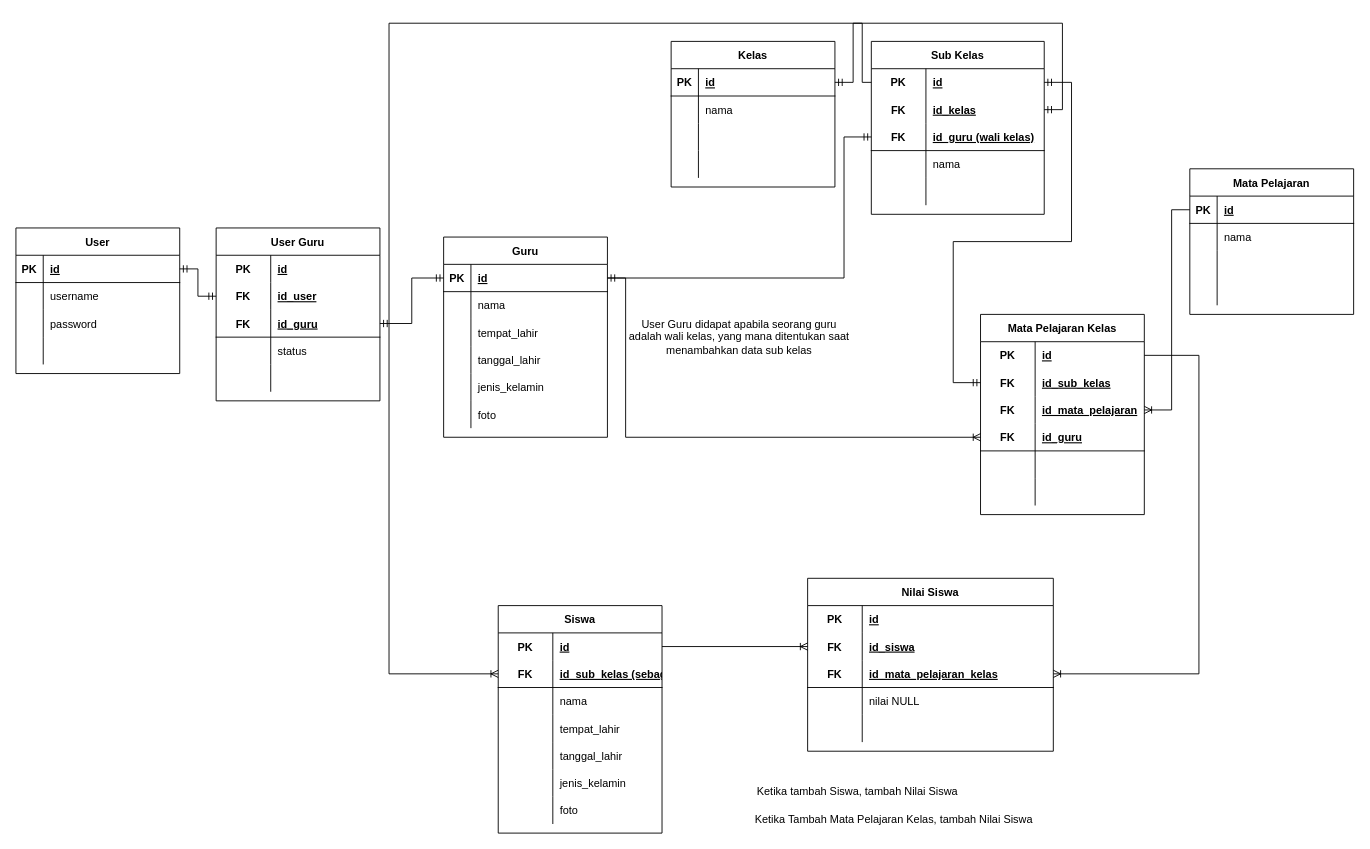
This is db/Database Schema.drawio from yafizh/e-rapot, a draw.io file, before an edit. Source tidied: cells renumbered, new cells numbered last; positions are measured from the earlier drawing's top-left corner, leaving out a move shared by most shapes. Both pictures are drawn from the tidied source at 91%, with x=0, y=0 at pixel (15, 23).
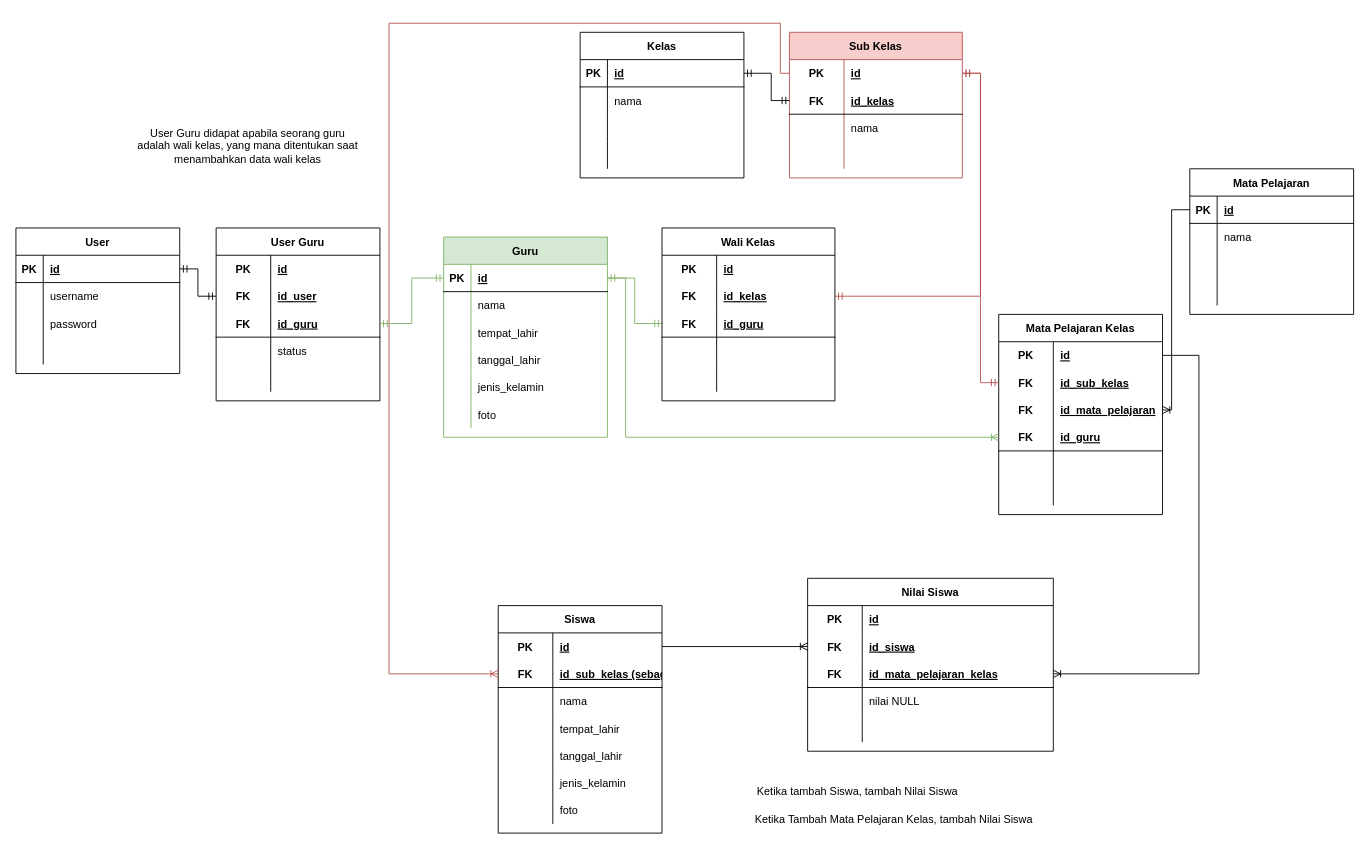
After the change.

Commit message (it also covers changes not shown here):
adding table wali kelas on database

Unchanged cells that the change refers to:
```xml
<mxCell id="16" style="shape=tableRow;horizontal=0;startSize=0;swimlaneHead=0;swimlaneBody=0;fillColor=none;points=[[0,0.5],[1,0.5]];portConstraint=eastwest;top=0;left=0;right=0;bottom=1;strokeColor=default;" parent="15" vertex="1">
  <mxGeometry y="30" width="180" height="30" as="geometry" />
</mxCell>
<mxCell id="51" style="shape=tableRow;horizontal=0;startSize=0;swimlaneHead=0;swimlaneBody=0;fillColor=none;points=[[0,0.5],[1,0.5]];portConstraint=eastwest;top=0;left=0;right=0;bottom=0;" parent="47" vertex="1">
  <mxGeometry y="60" width="180" height="30" as="geometry" />
</mxCell>
<mxCell id="57" style="shape=tableRow;horizontal=0;startSize=0;swimlaneHead=0;swimlaneBody=0;fillColor=none;points=[[0,0.5],[1,0.5]];portConstraint=eastwest;top=0;left=0;right=0;bottom=1;" parent="47" vertex="1">
  <mxGeometry y="120" width="180" height="30" as="geometry" />
</mxCell>
<mxCell id="68" style="shape=tableRow;horizontal=0;startSize=0;swimlaneHead=0;swimlaneBody=0;fillColor=none;points=[[0,0.5],[1,0.5]];portConstraint=eastwest;top=0;left=0;right=0;bottom=0;" parent="67" vertex="1">
  <mxGeometry y="30" width="190" height="30" as="geometry" />
</mxCell>
<mxCell id="85" style="shape=tableRow;horizontal=0;startSize=0;swimlaneHead=0;swimlaneBody=0;fillColor=none;points=[[0,0.5],[1,0.5]];portConstraint=eastwest;top=0;left=0;right=0;bottom=1;" parent="84" vertex="1">
  <mxGeometry y="30" width="180" height="30" as="geometry" />
</mxCell>
<mxCell id="120" style="shape=tableRow;horizontal=0;startSize=0;swimlaneHead=0;swimlaneBody=0;fillColor=none;points=[[0,0.5],[1,0.5]];portConstraint=eastwest;top=0;left=0;right=0;bottom=1;" parent="116" vertex="1">
  <mxGeometry y="60" width="180" height="30" as="geometry" />
</mxCell>
<mxCell id="151" style="shape=tableRow;horizontal=0;startSize=0;swimlaneHead=0;swimlaneBody=0;fillColor=none;points=[[0,0.5],[1,0.5]];portConstraint=eastwest;top=0;left=0;right=0;bottom=1;" parent="144" vertex="1">
  <mxGeometry y="90" width="180" height="30" as="geometry" />
</mxCell>
```

The edit, as a diff of the source:
```diff
@@
-    <mxCell id="15" value="Guru" style="shape=table;startSize=30;childLayout=tableLayout;rowLines=0;fontStyle=1;align=center;" parent="1" vertex="1">
+    <mxCell id="15" value="Guru" style="shape=table;startSize=30;childLayout=tableLayout;rowLines=0;fontStyle=1;align=center;fillColor=#d5e8d4;strokeColor=#82b366;" parent="1" vertex="1">
       <mxGeometry x="470" y="235" width="180" height="220" as="geometry" />
     </mxCell>
@@
     <mxCell id="47" value="Mata Pelajaran Kelas" style="shape=table;startSize=30;childLayout=tableLayout;rowLines=0;fontStyle=1;align=center;" parent="1" vertex="1">
-      <mxGeometry x="1060" y="320" width="180" height="220" as="geometry" />
+      <mxGeometry x="1080" y="320" width="180" height="220" as="geometry" />
     </mxCell>
@@
-    <mxCell id="66" style="edgeStyle=orthogonalEdgeStyle;rounded=0;jettySize=auto;html=1;entryX=0;entryY=0.5;entryDx=0;entryDy=0;endArrow=ERmandOne;endFill=0;startArrow=ERmandOne;startFill=0;exitX=1;exitY=0.5;exitDx=0;exitDy=0;" parent="1" edge="1" source="16" target="74">
+    <mxCell id="66" style="edgeStyle=orthogonalEdgeStyle;rounded=0;jettySize=auto;html=1;entryX=0;entryY=0.5;entryDx=0;entryDy=0;endArrow=ERmandOne;endFill=0;startArrow=ERmandOne;startFill=0;exitX=1;exitY=0.5;exitDx=0;exitDy=0;fillColor=#d5e8d4;strokeColor=#82b366;" parent="1" edge="1" source="16" target="167">
       <mxGeometry relative="1" as="geometry">
         <Array as="points">
-          <mxPoint x="660" y="280" />
-          <mxPoint x="910" y="280" />
-          <mxPoint x="910" y="125" />
+          <mxPoint x="680" y="280" />
+          <mxPoint x="680" y="330" />
         </Array>
       </mxGeometry>
     </mxCell>
-    <mxCell id="67" value="Sub Kelas" style="shape=table;startSize=30;childLayout=tableLayout;rowLines=0;fontStyle=1;align=center;" parent="1" vertex="1">
-      <mxGeometry x="940" y="20" width="190" height="190" as="geometry" />
+    <mxCell id="67" value="Sub Kelas" style="shape=table;startSize=30;childLayout=tableLayout;rowLines=0;fontStyle=1;align=center;fillColor=#f8cecc;strokeColor=#b85450;" parent="1" vertex="1">
+      <mxGeometry x="850" y="10" width="190" height="160" as="geometry" />
     </mxCell>
@@
-    <mxCell id="71" style="shape=tableRow;horizontal=0;startSize=0;swimlaneHead=0;swimlaneBody=0;fillColor=none;points=[[0,0.5],[1,0.5]];portConstraint=eastwest;top=0;left=0;right=0;bottom=0;" parent="67" vertex="1">
-      <mxGeometry y="60" width="190" height="30" as="geometry" />
-    </mxCell>
-    <mxCell id="72" value="FK" style="shape=partialRectangle;fillColor=none;top=0;left=0;bottom=0;right=0;fontStyle=1;overflow=hidden;" parent="71" vertex="1">
-      <mxGeometry width="60" height="30" as="geometry" />
-    </mxCell>
-    <mxCell id="73" value="id_kelas" style="shape=partialRectangle;fillColor=none;top=0;left=0;bottom=0;right=0;align=left;spacingLeft=6;fontStyle=5;overflow=hidden;" parent="71" vertex="1">
-      <mxGeometry x="60" width="130" height="30" as="geometry" />
-    </mxCell>
     <mxCell id="74" style="shape=tableRow;horizontal=0;startSize=0;swimlaneHead=0;swimlaneBody=0;fillColor=none;points=[[0,0.5],[1,0.5]];portConstraint=eastwest;top=0;left=0;right=0;bottom=1;" parent="67" vertex="1">
-      <mxGeometry y="90" width="190" height="30" as="geometry" />
+      <mxGeometry y="60" width="190" height="30" as="geometry" />
     </mxCell>
@@
-    <mxCell id="76" value="id_guru (wali kelas)" style="shape=partialRectangle;fillColor=none;top=0;left=0;bottom=0;right=0;align=left;spacingLeft=6;fontStyle=5;overflow=hidden;" parent="74" vertex="1">
+    <mxCell id="76" value="id_kelas" style="shape=partialRectangle;fillColor=none;top=0;left=0;bottom=0;right=0;align=left;spacingLeft=6;fontStyle=5;overflow=hidden;" parent="74" vertex="1">
       <mxGeometry x="60" width="130" height="30" as="geometry" />
     </mxCell>
     <mxCell id="77" style="shape=tableRow;horizontal=0;startSize=0;swimlaneHead=0;swimlaneBody=0;fillColor=none;top=0;left=0;right=0;bottom=0;" parent="67" vertex="1">
-      <mxGeometry y="120" width="190" height="30" as="geometry" />
+      <mxGeometry y="90" width="190" height="30" as="geometry" />
     </mxCell>
@@
     <mxCell id="80" style="shape=tableRow;horizontal=0;startSize=0;swimlaneHead=0;swimlaneBody=0;fillColor=none;top=0;left=0;right=0;bottom=0;" parent="67" vertex="1">
-      <mxGeometry y="150" width="190" height="30" as="geometry" />
+      <mxGeometry y="120" width="190" height="30" as="geometry" />
     </mxCell>
@@
-    <mxCell id="83" style="edgeStyle=orthogonalEdgeStyle;rounded=0;jettySize=auto;html=1;entryX=1;entryY=0.5;entryDx=0;entryDy=0;startArrow=ERmandOne;startFill=0;endArrow=ERmandOne;endFill=0;exitX=1;exitY=0.5;exitDx=0;exitDy=0;" parent="1" edge="1" source="85" target="71">
+    <mxCell id="83" style="edgeStyle=orthogonalEdgeStyle;rounded=0;jettySize=auto;html=1;entryX=0;entryY=0.5;entryDx=0;entryDy=0;startArrow=ERmandOne;startFill=0;endArrow=ERmandOne;endFill=0;exitX=1;exitY=0.5;exitDx=0;exitDy=0;" parent="1" edge="1" source="85" target="74">
       <mxGeometry relative="1" as="geometry">
         <Array as="points">
-          <mxPoint x="920" y="65" />
-          <mxPoint x="920" />
-          <mxPoint x="1150" />
-          <mxPoint x="1150" y="95" />
+          <mxPoint x="830" y="55" />
+          <mxPoint x="830" y="85" />
         </Array>
       </mxGeometry>
     </mxCell>
     <mxCell id="84" value="Kelas" style="shape=table;startSize=30;childLayout=tableLayout;rowLines=0;fontStyle=1;align=center;" parent="1" vertex="1">
-      <mxGeometry x="720" y="20" width="180" height="160" as="geometry" />
+      <mxGeometry x="620" y="10" width="180" height="160" as="geometry" />
     </mxCell>
@@
-    <mxCell id="97" style="edgeStyle=orthogonalEdgeStyle;rounded=0;jettySize=auto;html=1;entryX=0;entryY=0.5;entryDx=0;entryDy=0;startArrow=ERmandOne;startFill=0;endArrow=ERmandOne;endFill=0;exitX=1;exitY=0.5;exitDx=0;exitDy=0;" parent="1" edge="1" source="68" target="51">
+    <mxCell id="97" style="edgeStyle=orthogonalEdgeStyle;rounded=0;jettySize=auto;html=1;entryX=0;entryY=0.5;entryDx=0;entryDy=0;startArrow=ERmandOne;startFill=0;endArrow=ERmandOne;endFill=0;exitX=1;exitY=0.5;exitDx=0;exitDy=0;fillColor=#f8cecc;strokeColor=#b85450;" parent="1" edge="1" source="68" target="51">
       <mxGeometry relative="1" as="geometry">
         <Array as="points">
-          <mxPoint x="1160" y="65" />
-          <mxPoint x="1160" y="240" />
-          <mxPoint x="1030" y="240" />
-          <mxPoint x="1030" y="395" />
+          <mxPoint x="1060" y="55" />
         </Array>
       </mxGeometry>
     </mxCell>
@@
-    <mxCell id="99" style="edgeStyle=orthogonalEdgeStyle;rounded=0;jettySize=auto;html=1;entryX=0;entryY=0.5;entryDx=0;entryDy=0;startArrow=none;startFill=0;endArrow=ERoneToMany;endFill=0;exitX=1;exitY=0.5;exitDx=0;exitDy=0;" parent="1" edge="1" source="16" target="57">
+    <mxCell id="99" style="edgeStyle=orthogonalEdgeStyle;rounded=0;jettySize=auto;html=1;entryX=0;entryY=0.5;entryDx=0;entryDy=0;startArrow=none;startFill=0;endArrow=ERoneToMany;endFill=0;exitX=1;exitY=0.5;exitDx=0;exitDy=0;fillColor=#d5e8d4;strokeColor=#82b366;" parent="1" edge="1" source="16" target="57">
       <mxGeometry relative="1" as="geometry">
         <Array as="points">
           <mxPoint x="670" y="280" />
           <mxPoint x="670" y="455" />
         </Array>
       </mxGeometry>
     </mxCell>
@@
-    <mxCell id="140" style="edgeStyle=orthogonalEdgeStyle;rounded=0;jettySize=auto;html=1;entryX=0;entryY=0.5;entryDx=0;entryDy=0;startArrow=none;startFill=0;endArrow=ERoneToMany;endFill=0;" parent="1" edge="1" source="68" target="120">
+    <mxCell id="140" style="edgeStyle=orthogonalEdgeStyle;rounded=0;jettySize=auto;html=1;entryX=0;entryY=0.5;entryDx=0;entryDy=0;startArrow=none;startFill=0;endArrow=ERoneToMany;endFill=0;exitX=0;exitY=0.5;exitDx=0;exitDy=0;fillColor=#f8cecc;strokeColor=#b85450;" parent="1" edge="1" source="68" target="120">
       <mxGeometry relative="1" as="geometry">
         <Array as="points">
-          <mxPoint x="930" y="65" />
-          <mxPoint x="930" />
+          <mxPoint x="840" y="55" />
+          <mxPoint x="840" />
           <mxPoint x="410" />
           <mxPoint x="410" y="715" />
         </Array>
       </mxGeometry>
     </mxCell>
@@
-    <mxCell id="160" style="edgeStyle=orthogonalEdgeStyle;rounded=0;jettySize=auto;html=1;entryX=0;entryY=0.5;entryDx=0;entryDy=0;startArrow=ERmandOne;startFill=0;endArrow=ERmandOne;endFill=0;exitX=1;exitY=0.5;exitDx=0;exitDy=0;" parent="1" edge="1" source="151" target="16">
+    <mxCell id="160" style="edgeStyle=orthogonalEdgeStyle;rounded=0;jettySize=auto;html=1;entryX=0;entryY=0.5;entryDx=0;entryDy=0;startArrow=ERmandOne;startFill=0;endArrow=ERmandOne;endFill=0;exitX=1;exitY=0.5;exitDx=0;exitDy=0;fillColor=#d5e8d4;strokeColor=#82b366;" parent="1" edge="1" source="151" target="16">
       <mxGeometry relative="1" as="geometry" />
     </mxCell>
-    <mxCell id="161" value="User Guru didapat apabila seorang guru adalah wali kelas, yang mana ditentukan saat menambahkan data sub kelas" style="text;html=1;strokeColor=none;fillColor=none;align=center;verticalAlign=middle;whiteSpace=wrap;rounded=0;" parent="1" vertex="1">
-      <mxGeometry x="670" y="330" width="250" height="30" as="geometry" />
+    <mxCell id="161" value="User Guru didapat apabila seorang guru adalah wali kelas, yang mana ditentukan saat menambahkan data wali kelas" style="text;html=1;strokeColor=none;fillColor=none;align=center;verticalAlign=middle;whiteSpace=wrap;rounded=0;" parent="1" vertex="1">
+      <mxGeometry x="130" y="120" width="250" height="30" as="geometry" />
     </mxCell>
+    <mxCell id="162" value="Wali Kelas" style="shape=table;startSize=30;childLayout=tableLayout;rowLines=0;fontStyle=1;align=center;" parent="1" vertex="1">
+      <mxGeometry x="710" y="225" width="190" height="190" as="geometry" />
+    </mxCell>
+    <mxCell id="163" style="shape=tableRow;horizontal=0;startSize=0;swimlaneHead=0;swimlaneBody=0;fillColor=none;top=0;left=0;right=0;bottom=0;" parent="162" vertex="1">
+      <mxGeometry y="30" width="190" height="30" as="geometry" />
+    </mxCell>
+    <mxCell id="164" value="PK" style="shape=partialRectangle;fillColor=none;top=0;left=0;bottom=0;right=0;fontStyle=1;overflow=hidden;" parent="163" vertex="1">
+      <mxGeometry width="60" height="30" as="geometry" />
+    </mxCell>
+    <mxCell id="165" value="id" style="shape=partialRectangle;fillColor=none;top=0;left=0;bottom=0;right=0;align=left;spacingLeft=6;fontStyle=5;overflow=hidden;" parent="163" vertex="1">
+      <mxGeometry x="60" width="130" height="30" as="geometry" />
+    </mxCell>
+    <mxCell id="71" style="shape=tableRow;horizontal=0;startSize=0;swimlaneHead=0;swimlaneBody=0;fillColor=none;points=[[0,0.5],[1,0.5]];portConstraint=eastwest;top=0;left=0;right=0;bottom=0;" parent="162" vertex="1">
+      <mxGeometry y="60" width="190" height="30" as="geometry" />
+    </mxCell>
+    <mxCell id="166" value="FK" style="shape=partialRectangle;fillColor=none;top=0;left=0;bottom=0;right=0;fontStyle=1;overflow=hidden;" parent="71" vertex="1">
+      <mxGeometry width="60" height="30" as="geometry" />
+    </mxCell>
+    <mxCell id="73" value="id_kelas" style="shape=partialRectangle;fillColor=none;top=0;left=0;bottom=0;right=0;align=left;spacingLeft=6;fontStyle=5;overflow=hidden;" parent="71" vertex="1">
+      <mxGeometry x="60" width="130" height="30" as="geometry" />
+    </mxCell>
+    <mxCell id="167" style="shape=tableRow;horizontal=0;startSize=0;swimlaneHead=0;swimlaneBody=0;fillColor=none;points=[[0,0.5],[1,0.5]];portConstraint=eastwest;top=0;left=0;right=0;bottom=1;" parent="162" vertex="1">
+      <mxGeometry y="90" width="190" height="30" as="geometry" />
+    </mxCell>
+    <mxCell id="168" value="FK" style="shape=partialRectangle;fillColor=none;top=0;left=0;bottom=0;right=0;fontStyle=1;overflow=hidden;" parent="167" vertex="1">
+      <mxGeometry width="60" height="30" as="geometry" />
+    </mxCell>
+    <mxCell id="169" value="id_guru" style="shape=partialRectangle;fillColor=none;top=0;left=0;bottom=0;right=0;align=left;spacingLeft=6;fontStyle=5;overflow=hidden;" parent="167" vertex="1">
+      <mxGeometry x="60" width="130" height="30" as="geometry" />
+    </mxCell>
+    <mxCell id="170" style="shape=tableRow;horizontal=0;startSize=0;swimlaneHead=0;swimlaneBody=0;fillColor=none;top=0;left=0;right=0;bottom=0;" parent="162" vertex="1">
+      <mxGeometry y="120" width="190" height="30" as="geometry" />
+    </mxCell>
+    <mxCell id="171" style="shape=partialRectangle;fillColor=none;top=0;left=0;bottom=0;right=0;overflow=hidden;" parent="170" vertex="1">
+      <mxGeometry width="60" height="30" as="geometry" />
+    </mxCell>
+    <mxCell id="172" style="shape=partialRectangle;fillColor=none;top=0;left=0;bottom=0;right=0;align=left;spacingLeft=6;overflow=hidden;" parent="170" vertex="1">
+      <mxGeometry x="60" width="130" height="30" as="geometry" />
+    </mxCell>
+    <mxCell id="173" style="shape=tableRow;horizontal=0;startSize=0;swimlaneHead=0;swimlaneBody=0;fillColor=none;top=0;left=0;right=0;bottom=0;" parent="162" vertex="1">
+      <mxGeometry y="150" width="190" height="30" as="geometry" />
+    </mxCell>
+    <mxCell id="174" style="shape=partialRectangle;fillColor=none;top=0;left=0;bottom=0;right=0;overflow=hidden;" parent="173" vertex="1">
+      <mxGeometry width="60" height="30" as="geometry" />
+    </mxCell>
+    <mxCell id="175" style="shape=partialRectangle;fillColor=none;top=0;left=0;bottom=0;right=0;align=left;spacingLeft=6;overflow=hidden;" parent="173" vertex="1">
+      <mxGeometry x="60" width="130" height="30" as="geometry" />
+    </mxCell>
+    <mxCell id="176" style="edgeStyle=orthogonalEdgeStyle;rounded=0;jettySize=auto;html=1;entryX=1;entryY=0.5;entryDx=0;entryDy=0;endArrow=ERmandOne;endFill=0;startArrow=ERmandOne;startFill=0;exitX=1;exitY=0.5;exitDx=0;exitDy=0;fillColor=#f8cecc;strokeColor=#b85450;" parent="1" edge="1" source="68" target="71">
+      <mxGeometry relative="1" as="geometry">
+        <Array as="points">
+          <mxPoint x="1060" y="55" />
+          <mxPoint x="1060" y="300" />
+        </Array>
+      </mxGeometry>
+    </mxCell>
```
